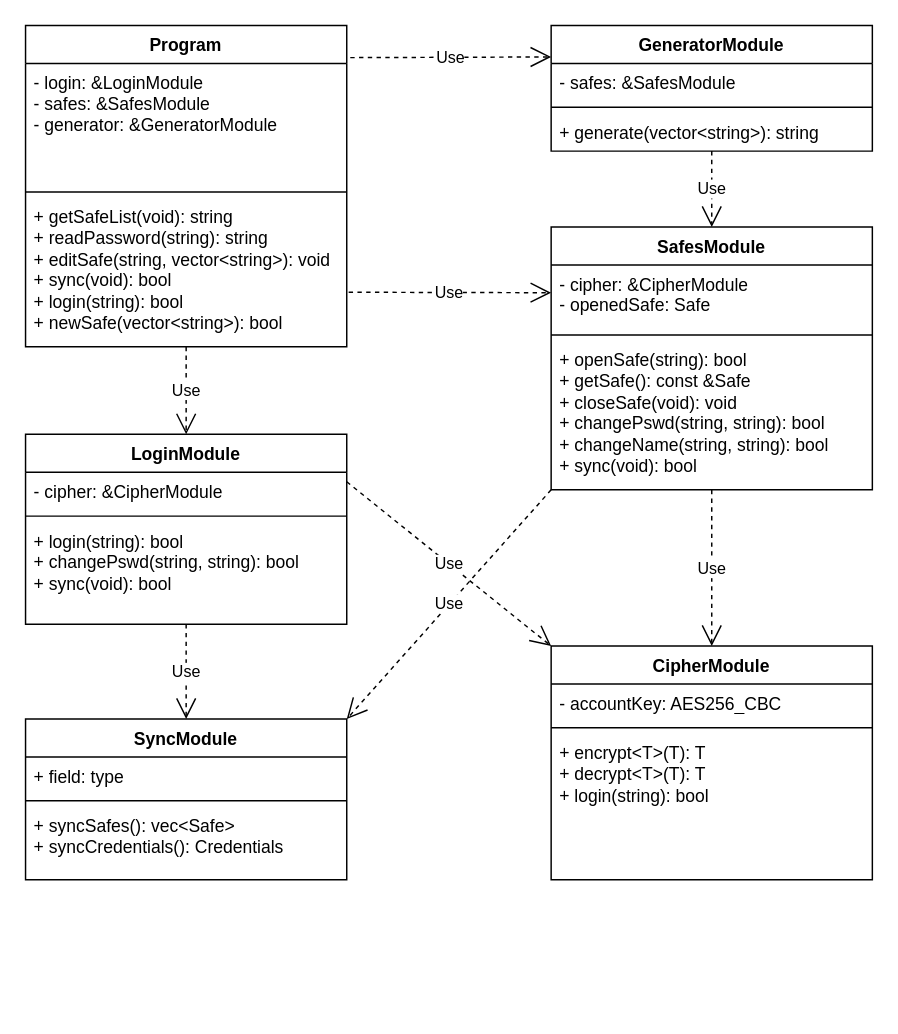
This is UML/klasy.drawio from sushio4/password-manager, a draw.io file, before an edit. Source tidied: cells renumbered, new cells numbered last; positions are measured from the earlier drawing's top-left corner, leaving out a move shared by most shapes. Both pictures are drawn from the tidied source at 146%, with x=0, y=0 at pixel (25, 25).
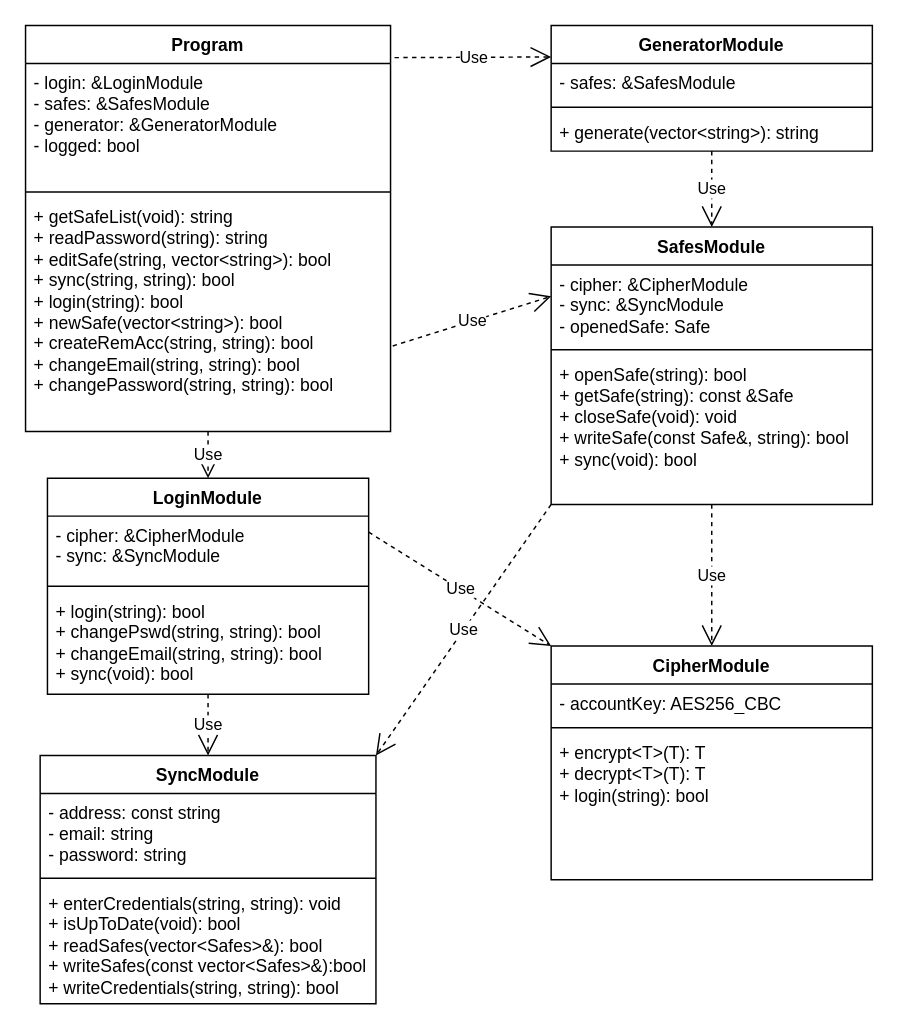
The same diagram, later.

The edit, as a diff of the source:
```diff
@@
     <mxCell id="2" value="Program" style="swimlane;fontStyle=1;align=center;verticalAlign=top;horizontal=1;startSize=26;whiteSpace=wrap;html=1;" parent="1" vertex="1">
-      <mxGeometry width="220" height="220" as="geometry" />
+      <mxGeometry width="250" height="278" as="geometry" />
     </mxCell>
-    <mxCell id="3" value="&lt;div&gt;- login: &amp;amp;LoginModule&lt;/div&gt;&lt;div&gt;- safes: &amp;amp;SafesModule&lt;/div&gt;&lt;div&gt;- generator: &amp;amp;GeneratorModule&lt;/div&gt;" style="text;strokeColor=none;fillColor=none;align=left;verticalAlign=top;spacingLeft=4;spacingRight=4;overflow=hidden;points=[[0,0.5],[1,0.5]];portConstraint=eastwest;whiteSpace=wrap;html=1;" parent="2" vertex="1">
-      <mxGeometry y="26" width="220" height="84" as="geometry" />
+    <mxCell id="3" value="&lt;div&gt;- login: &amp;amp;LoginModule&lt;/div&gt;&lt;div&gt;- safes: &amp;amp;SafesModule&lt;/div&gt;&lt;div&gt;- generator: &amp;amp;GeneratorModule&lt;/div&gt;&lt;div&gt;- logged: bool&lt;br&gt;&lt;/div&gt;" style="text;strokeColor=none;fillColor=none;align=left;verticalAlign=top;spacingLeft=4;spacingRight=4;overflow=hidden;points=[[0,0.5],[1,0.5]];portConstraint=eastwest;whiteSpace=wrap;html=1;" parent="2" vertex="1">
+      <mxGeometry y="26" width="250" height="84" as="geometry" />
     </mxCell>
     <mxCell id="4" style="line;strokeWidth=1;fillColor=none;align=left;verticalAlign=middle;spacingTop=-1;spacingLeft=3;spacingRight=3;labelPosition=right;strokeColor=inherit;" parent="2" vertex="1">
-      <mxGeometry y="110" width="220" height="8" as="geometry" />
+      <mxGeometry y="110" width="250" height="8" as="geometry" />
     </mxCell>
-    <mxCell id="5" value="&lt;div&gt;+ getSafeList(void): string&lt;br&gt;&lt;/div&gt;&lt;div&gt;+ readPassword(string): string&lt;br&gt;&lt;/div&gt;&lt;div&gt;+ editSafe(string, vector&amp;lt;string&amp;gt;): void&lt;br&gt;&lt;/div&gt;&lt;div&gt;+ sync(void): bool&lt;/div&gt;&lt;div&gt;+ login(string): bool&lt;br&gt;&lt;/div&gt;&lt;div&gt;+ newSafe(vector&amp;lt;string&amp;gt;): bool&lt;br&gt;&lt;/div&gt;" style="text;strokeColor=none;fillColor=none;align=left;verticalAlign=top;spacingLeft=4;spacingRight=4;overflow=hidden;points=[[0,0.5],[1,0.5]];portConstraint=eastwest;whiteSpace=wrap;html=1;" parent="2" vertex="1">
-      <mxGeometry y="118" width="220" height="102" as="geometry" />
+    <mxCell id="5" value="&lt;div&gt;+ getSafeList(void): string&lt;br&gt;&lt;/div&gt;&lt;div&gt;+ readPassword(string): string&lt;br&gt;&lt;/div&gt;&lt;div&gt;+ editSafe(string, vector&amp;lt;string&amp;gt;): bool&lt;br&gt;&lt;/div&gt;&lt;div&gt;+ sync(string, string): bool&lt;/div&gt;&lt;div&gt;+ login(string): bool&lt;br&gt;&lt;/div&gt;&lt;div&gt;+ newSafe(vector&amp;lt;string&amp;gt;): bool&lt;/div&gt;&lt;div&gt;+ createRemAcc(string, string): bool&lt;/div&gt;&lt;div&gt;+ changeEmail(string, string): bool&lt;br&gt;&lt;/div&gt;&lt;div&gt;+ changePassword(string, string): bool&lt;br&gt;&lt;/div&gt;" style="text;strokeColor=none;fillColor=none;align=left;verticalAlign=top;spacingLeft=4;spacingRight=4;overflow=hidden;points=[[0,0.5],[1,0.5]];portConstraint=eastwest;whiteSpace=wrap;html=1;" parent="2" vertex="1">
+      <mxGeometry y="118" width="250" height="160" as="geometry" />
     </mxCell>
@@
     <mxCell id="10" value="SafesModule" style="swimlane;fontStyle=1;align=center;verticalAlign=top;horizontal=1;startSize=26;whiteSpace=wrap;html=1;" parent="1" vertex="1">
-      <mxGeometry x="360" y="138" width="220" height="180" as="geometry" />
+      <mxGeometry x="360" y="138" width="220" height="190" as="geometry" />
     </mxCell>
-    <mxCell id="11" value="&lt;div&gt;- cipher: &amp;amp;CipherModule&lt;/div&gt;&lt;div&gt;- openedSafe: Safe&lt;br&gt;&lt;/div&gt;" style="text;strokeColor=none;fillColor=none;align=left;verticalAlign=top;spacingLeft=4;spacingRight=4;overflow=hidden;whiteSpace=wrap;html=1;" parent="10" vertex="1">
-      <mxGeometry y="26" width="220" height="44" as="geometry" />
+    <mxCell id="11" value="&lt;div&gt;- cipher: &amp;amp;CipherModule&lt;/div&gt;&lt;div&gt;- sync: &amp;amp;SyncModule&lt;br&gt;&lt;/div&gt;&lt;div&gt;- openedSafe: Safe&lt;br&gt;&lt;/div&gt;" style="text;strokeColor=none;fillColor=none;align=left;verticalAlign=top;spacingLeft=4;spacingRight=4;overflow=hidden;whiteSpace=wrap;html=1;" parent="10" vertex="1">
+      <mxGeometry y="26" width="220" height="54" as="geometry" />
     </mxCell>
     <mxCell id="12" style="line;strokeWidth=1;fillColor=none;align=left;verticalAlign=middle;spacingTop=-1;spacingLeft=3;spacingRight=3;labelPosition=right;strokeColor=inherit;" parent="10" vertex="1">
-      <mxGeometry y="70" width="220" height="8" as="geometry" />
+      <mxGeometry y="80" width="220" height="8" as="geometry" />
     </mxCell>
-    <mxCell id="13" value="&lt;div&gt;+ openSafe(string): bool&lt;/div&gt;&lt;div&gt;+ getSafe(): const &amp;amp;Safe&lt;br&gt;&lt;/div&gt;&lt;div&gt;+ closeSafe(void): void&lt;/div&gt;&lt;div&gt;+ changePswd(string, string): bool&lt;br&gt;&lt;/div&gt;&lt;div&gt;+ changeName(string, string): bool&lt;br&gt;&lt;/div&gt;&lt;div&gt;+ sync(void): bool&lt;br&gt;&lt;/div&gt;" style="text;strokeColor=none;fillColor=none;align=left;verticalAlign=top;spacingLeft=4;spacingRight=4;overflow=hidden;whiteSpace=wrap;html=1;" parent="10" vertex="1">
-      <mxGeometry y="78" width="220" height="102" as="geometry" />
+    <mxCell id="13" value="&lt;div&gt;+ openSafe(string): bool&lt;/div&gt;&lt;div&gt;+ getSafe(string): const &amp;amp;Safe&lt;br&gt;&lt;/div&gt;&lt;div&gt;+ closeSafe(void): void&lt;/div&gt;&lt;div&gt;+ writeSafe(const Safe&amp;amp;, string): bool&lt;br&gt;&lt;/div&gt;&lt;div&gt;+ sync(void): bool&lt;br&gt;&lt;/div&gt;" style="text;strokeColor=none;fillColor=none;align=left;verticalAlign=top;spacingLeft=4;spacingRight=4;overflow=hidden;whiteSpace=wrap;html=1;" parent="10" vertex="1">
+      <mxGeometry y="88" width="220" height="102" as="geometry" />
     </mxCell>
     <mxCell id="14" value="LoginModule" style="swimlane;fontStyle=1;align=center;verticalAlign=top;horizontal=1;startSize=26;whiteSpace=wrap;html=1;" parent="1" vertex="1">
-      <mxGeometry y="280" width="220" height="130" as="geometry" />
+      <mxGeometry x="15" y="310" width="220" height="148" as="geometry" />
     </mxCell>
-    <mxCell id="15" value="- cipher: &amp;amp;CipherModule" style="text;strokeColor=none;fillColor=none;align=left;verticalAlign=top;spacingLeft=4;spacingRight=4;overflow=hidden;whiteSpace=wrap;html=1;" parent="14" vertex="1">
-      <mxGeometry y="26" width="220" height="26" as="geometry" />
+    <mxCell id="15" value="&lt;div&gt;- cipher: &amp;amp;CipherModule&lt;/div&gt;&lt;div&gt;- sync: &amp;amp;SyncModule&lt;br&gt;&lt;/div&gt;" style="text;strokeColor=none;fillColor=none;align=left;verticalAlign=top;spacingLeft=4;spacingRight=4;overflow=hidden;whiteSpace=wrap;html=1;" parent="14" vertex="1">
+      <mxGeometry y="26" width="220" height="44" as="geometry" />
     </mxCell>
     <mxCell id="16" style="line;strokeWidth=1;fillColor=none;align=left;verticalAlign=middle;spacingTop=-1;spacingLeft=3;spacingRight=3;labelPosition=right;strokeColor=inherit;" parent="14" vertex="1">
-      <mxGeometry y="52" width="220" height="8" as="geometry" />
+      <mxGeometry y="70" width="220" height="8" as="geometry" />
     </mxCell>
-    <mxCell id="17" value="&lt;div&gt;+ login(string): bool&lt;/div&gt;&lt;div&gt;+ changePswd(string, string): bool&lt;br&gt;&lt;/div&gt;&lt;div&gt;+ sync(void): bool&lt;br&gt;&lt;/div&gt;" style="text;strokeColor=none;fillColor=none;align=left;verticalAlign=top;spacingLeft=4;spacingRight=4;overflow=hidden;whiteSpace=wrap;html=1;" parent="14" vertex="1">
-      <mxGeometry y="60" width="220" height="70" as="geometry" />
+    <mxCell id="17" value="&lt;div&gt;+ login(string): bool&lt;/div&gt;&lt;div&gt;+ changePswd(string, string): bool&lt;/div&gt;&lt;div&gt;+ changeEmail(string, string): bool&lt;br&gt;&lt;/div&gt;&lt;div&gt;+ sync(void): bool&lt;br&gt;&lt;/div&gt;" style="text;strokeColor=none;fillColor=none;align=left;verticalAlign=top;spacingLeft=4;spacingRight=4;overflow=hidden;whiteSpace=wrap;html=1;" parent="14" vertex="1">
+      <mxGeometry y="78" width="220" height="70" as="geometry" />
     </mxCell>
@@
     <mxCell id="28" value="SyncModule" style="swimlane;fontStyle=1;align=center;verticalAlign=top;horizontal=1;startSize=26;whiteSpace=wrap;html=1;" parent="1" vertex="1">
-      <mxGeometry y="475" width="220" height="110" as="geometry" />
+      <mxGeometry x="10" y="500" width="230" height="170" as="geometry" />
     </mxCell>
-    <mxCell id="29" value="+ field: type" style="text;strokeColor=none;fillColor=none;align=left;verticalAlign=top;spacingLeft=4;spacingRight=4;overflow=hidden;whiteSpace=wrap;html=1;" parent="28" vertex="1">
-      <mxGeometry y="26" width="220" height="26" as="geometry" />
+    <mxCell id="29" value="&lt;div&gt;- address: const string&lt;/div&gt;&lt;div&gt;- email: string&lt;/div&gt;&lt;div&gt;- password: string&lt;br&gt;&lt;/div&gt;" style="text;strokeColor=none;fillColor=none;align=left;verticalAlign=top;spacingLeft=4;spacingRight=4;overflow=hidden;whiteSpace=wrap;html=1;" parent="28" vertex="1">
+      <mxGeometry y="26" width="230" height="54" as="geometry" />
     </mxCell>
     <mxCell id="30" style="line;strokeWidth=1;fillColor=none;align=left;verticalAlign=middle;spacingTop=-1;spacingLeft=3;spacingRight=3;labelPosition=right;strokeColor=inherit;" parent="28" vertex="1">
-      <mxGeometry y="52" width="220" height="8" as="geometry" />
+      <mxGeometry y="80" width="230" height="8" as="geometry" />
     </mxCell>
-    <mxCell id="31" value="&lt;div&gt;+ syncSafes(): vec&amp;lt;Safe&amp;gt;&lt;br&gt;&lt;/div&gt;&lt;div&gt;+ syncCredentials(): Credentials&lt;br&gt;&lt;/div&gt;" style="text;strokeColor=none;fillColor=none;align=left;verticalAlign=top;spacingLeft=4;spacingRight=4;overflow=hidden;whiteSpace=wrap;html=1;" parent="28" vertex="1">
-      <mxGeometry y="60" width="220" height="50" as="geometry" />
+    <mxCell id="31" value="&lt;div&gt;+ enterCredentials(string, string): void&lt;/div&gt;&lt;div&gt;+ isUpToDate(void): bool&lt;/div&gt;&lt;div&gt;+ readSafes(vector&amp;lt;Safes&amp;gt;&amp;amp;): bool&lt;/div&gt;&lt;div&gt;+ writeSafes(const vector&amp;lt;Safes&amp;gt;&amp;amp;):bool&lt;/div&gt;&lt;div&gt;+ writeCredentials(string, string): bool&lt;br&gt;&lt;/div&gt;" style="text;strokeColor=none;fillColor=none;align=left;verticalAlign=top;spacingLeft=4;spacingRight=4;overflow=hidden;whiteSpace=wrap;html=1;" parent="28" vertex="1">
+      <mxGeometry y="88" width="230" height="82" as="geometry" />
     </mxCell>
```
